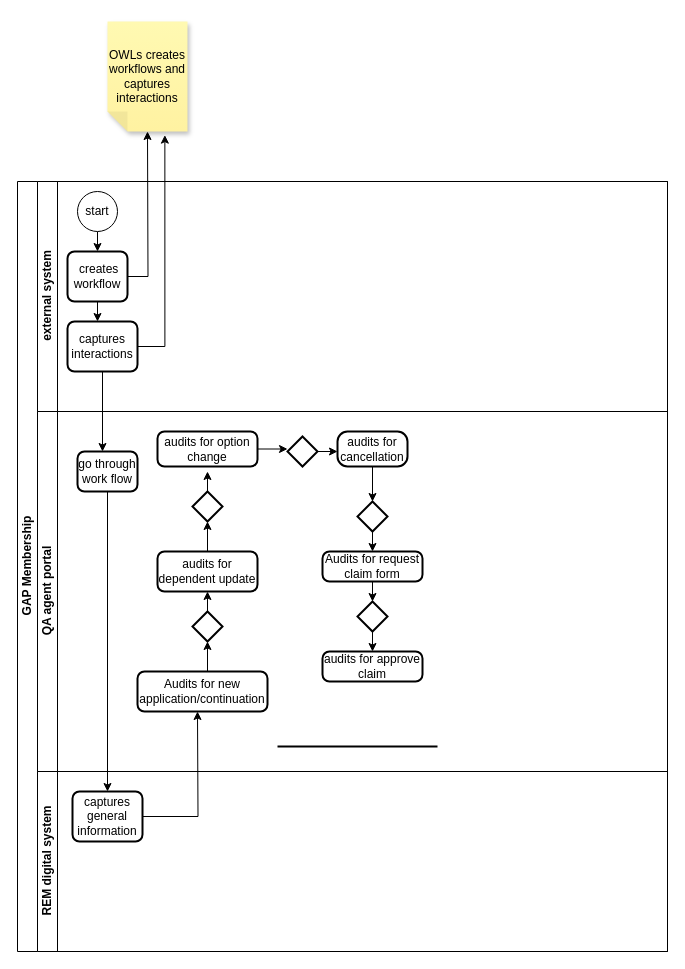
Above: GAPmembership.drawio in TJ-Kwetsane1993/Thato (draw.io), before the change. Source tidied: cells renumbered, new cells numbered last; positions are measured from the earlier drawing's top-left corner, leaving out a move shared by most shapes. Both pictures are drawn from the tidied source at 100%, with x=0, y=0 at pixel (17, 21).
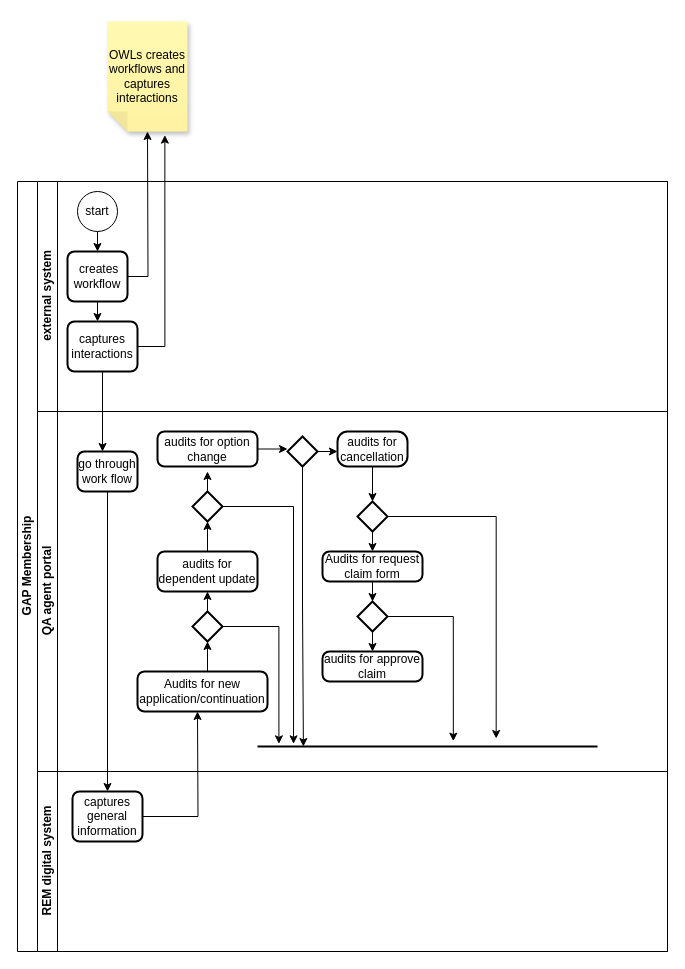
Above is the later version.

Unchanged cells that the change refers to:
```xml
<mxCell id="11" value="QA agent portal" style="swimlane;html=1;startSize=20;horizontal=0;" parent="2" vertex="1">
  <mxGeometry x="20" y="230" width="630" height="360" as="geometry" />
</mxCell>
<mxCell id="17" style="strokeWidth=2;html=1;shape=mxgraph.flowchart.decision;whiteSpace=wrap;direction=south;" parent="11" vertex="1">
  <mxGeometry x="155" y="200" width="30" height="30" as="geometry" />
</mxCell>
<mxCell id="19" style="strokeWidth=2;html=1;shape=mxgraph.flowchart.decision;whiteSpace=wrap;" parent="11" vertex="1">
  <mxGeometry x="155" y="80" width="30" height="30" as="geometry" />
</mxCell>
<mxCell id="26" style="strokeWidth=2;html=1;shape=mxgraph.flowchart.decision;whiteSpace=wrap;" parent="11" vertex="1">
  <mxGeometry x="250" y="25" width="30" height="30" as="geometry" />
</mxCell>
<mxCell id="28" style="strokeWidth=2;html=1;shape=mxgraph.flowchart.decision;whiteSpace=wrap;" parent="11" vertex="1">
  <mxGeometry x="320" y="90" width="30" height="30" as="geometry" />
</mxCell>
<mxCell id="32" style="strokeWidth=2;html=1;shape=mxgraph.flowchart.decision;whiteSpace=wrap;" parent="11" vertex="1">
  <mxGeometry x="320" y="190" width="30" height="30" as="geometry" />
</mxCell>
```

Diff of the diagram source:
```diff
@@
+    <mxCell id="41" style="edgeStyle=orthogonalEdgeStyle;rounded=0;jettySize=auto;html=1;exitX=0.5;exitY=1;exitDx=0;exitDy=0;exitPerimeter=0;entryX=0.135;entryY=0.5;entryDx=0;entryDy=0;entryPerimeter=0;" parent="11" edge="1" source="26" target="34">
+      <mxGeometry relative="1" as="geometry" />
+    </mxCell>
@@
     <mxCell id="34" style="line;strokeWidth=2;html=1;" parent="11" vertex="1">
-      <mxGeometry x="240" y="330" width="160" height="10" as="geometry" />
+      <mxGeometry x="220" y="330" width="340" height="10" as="geometry" />
     </mxCell>
+    <mxCell id="42" style="edgeStyle=orthogonalEdgeStyle;rounded=0;jettySize=auto;html=1;exitX=1;exitY=0.5;exitDx=0;exitDy=0;exitPerimeter=0;entryX=0.106;entryY=0.233;entryDx=0;entryDy=0;entryPerimeter=0;" parent="11" edge="1" source="19" target="34">
+      <mxGeometry relative="1" as="geometry" />
+    </mxCell>
+    <mxCell id="43" style="edgeStyle=orthogonalEdgeStyle;rounded=0;jettySize=auto;html=1;exitX=0.5;exitY=0;exitDx=0;exitDy=0;exitPerimeter=0;entryX=0.063;entryY=0.233;entryDx=0;entryDy=0;entryPerimeter=0;" parent="11" edge="1" source="17" target="34">
+      <mxGeometry relative="1" as="geometry" />
+    </mxCell>
+    <mxCell id="44" style="edgeStyle=orthogonalEdgeStyle;rounded=0;jettySize=auto;html=1;exitX=1;exitY=0.5;exitDx=0;exitDy=0;exitPerimeter=0;entryX=0.702;entryY=-0.3;entryDx=0;entryDy=0;entryPerimeter=0;" parent="11" edge="1" source="28" target="34">
+      <mxGeometry relative="1" as="geometry" />
+    </mxCell>
+    <mxCell id="45" style="edgeStyle=orthogonalEdgeStyle;rounded=0;jettySize=auto;html=1;exitX=1;exitY=0.5;exitDx=0;exitDy=0;exitPerimeter=0;entryX=0.576;entryY=-0.033;entryDx=0;entryDy=0;entryPerimeter=0;" parent="11" edge="1" source="32" target="34">
+      <mxGeometry relative="1" as="geometry" />
+    </mxCell>
```
